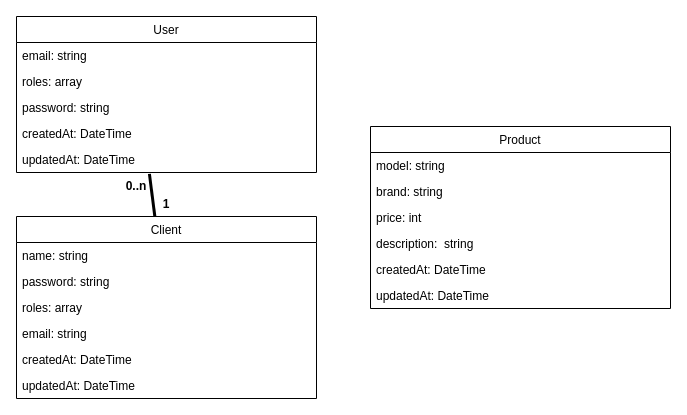
Tony-marques/P7_bilemo keeps this draw.io diagram as public/UML/class_diagram.drawio. Above is the earlier version. Source tidied: cells renumbered, new cells numbered last; positions are measured from the earlier drawing's top-left corner, leaving out a move shared by most shapes. Both pictures are drawn from the tidied source at 100%, with x=0, y=0 at pixel (16, 16).
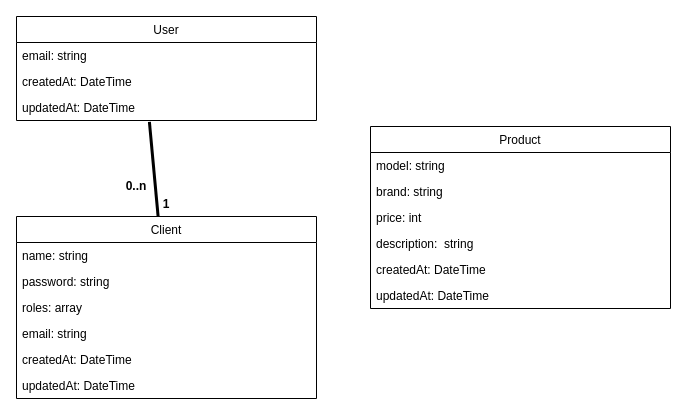
The same diagram, later.

Commit message:
update user class

Diff of the diagram source:
```diff
@@
     <mxCell id="2" value="User" style="swimlane;fontStyle=0;horizontal=1;startSize=26;fillColor=none;" parent="1" vertex="1">
-      <mxGeometry width="300" height="156" as="geometry" />
+      <mxGeometry width="300" height="104" as="geometry" />
     </mxCell>
@@
-    <mxCell id="4" value="roles: array" style="text;strokeColor=none;fillColor=none;align=left;verticalAlign=top;spacingLeft=4;spacingRight=4;overflow=hidden;" parent="2" vertex="1">
-      <mxGeometry y="52" width="300" height="26" as="geometry" />
-    </mxCell>
-    <mxCell id="5" value="password: string" style="text;strokeColor=none;fillColor=none;align=left;verticalAlign=top;spacingLeft=4;spacingRight=4;overflow=hidden;" parent="2" vertex="1">
-      <mxGeometry y="78" width="300" height="26" as="geometry" />
-    </mxCell>
     <mxCell id="6" value="createdAt: DateTime" style="text;strokeColor=none;fillColor=none;align=left;verticalAlign=top;spacingLeft=4;spacingRight=4;overflow=hidden;" parent="2" vertex="1">
-      <mxGeometry y="104" width="300" height="26" as="geometry" />
+      <mxGeometry y="52" width="300" height="26" as="geometry" />
     </mxCell>
     <mxCell id="7" value="updatedAt: DateTime" style="text;strokeColor=none;fillColor=none;align=left;verticalAlign=top;spacingLeft=4;spacingRight=4;overflow=hidden;points=[[0,0.5],[1,0.5]];portConstraint=eastwest;" parent="2" vertex="1">
-      <mxGeometry y="130" width="300" height="26" as="geometry" />
+      <mxGeometry y="78" width="300" height="26" as="geometry" />
     </mxCell>
```
